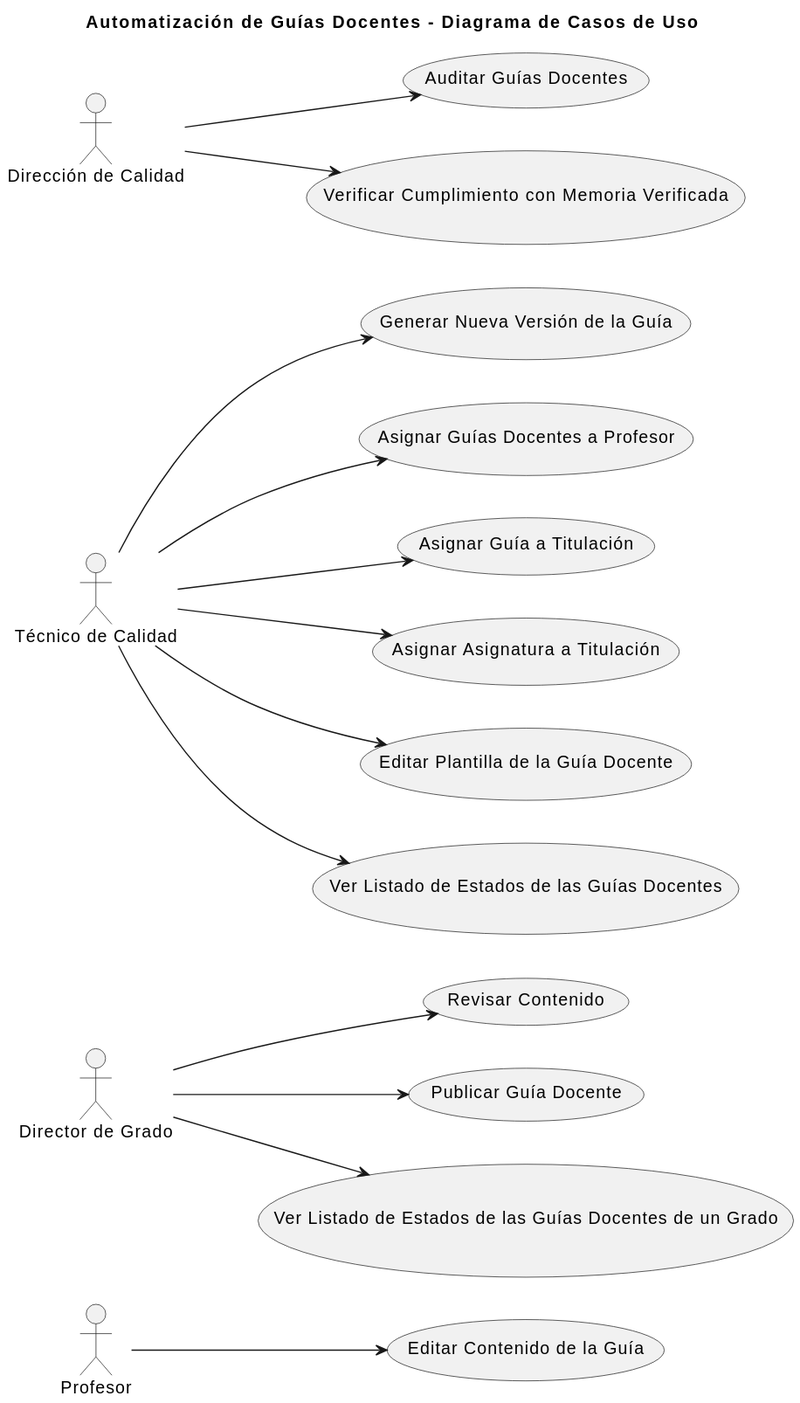
mmasias/24-25-IdSw1-SDR keeps this PlantUML diagram as images/modelosUML/diagramaCasosDeUso.svg. Above is the earlier version. Source of this version:
```plantuml
@startuml
title Automatización de Guías Docentes - Diagrama de Casos de Uso

left to right direction

actor Profesor
actor "Director de Grado" as DirectorGrado
actor "Técnico de Calidad" as TecnicoCalidad
actor "Dirección de Calidad" as DireccionCalidad

usecase "Editar Contenido de la Guía" as EditarGuia
usecase "Revisar Contenido" as RevisarContenido
usecase "Auditar Guías Docentes" as AuditarGuias
usecase "Generar Nueva Versión de la Guía" as GenerarVersion
usecase "Asignar Guías Docentes a Profesor" as AsignarGuiaProfesor
usecase "Asignar Guía a Titulación" as AsignarGuiaTitulacion
usecase "Asignar Asignatura a Titulación" as AsignarAsignaturaTitulacion
usecase "Editar Plantilla de la Guía Docente" as EditarPlantilla
usecase "Publicar Guía Docente" as PublicarGuia
usecase "Verificar Cumplimiento con Memoria Verificada" as VerificarMemoria
usecase "Ver Listado de Estados de las Guías Docentes" as VerEstadosGuias
usecase "Ver Listado de Estados de las Guías Docentes de un Grado" as VerEstadosGuiasGrado

Profesor --> EditarGuia
DirectorGrado --> RevisarContenido
DirectorGrado --> PublicarGuia
DirectorGrado --> VerEstadosGuiasGrado
TecnicoCalidad --> GenerarVersion
TecnicoCalidad --> AsignarGuiaProfesor
TecnicoCalidad --> AsignarGuiaTitulacion
TecnicoCalidad --> AsignarAsignaturaTitulacion
TecnicoCalidad --> EditarPlantilla
TecnicoCalidad --> VerEstadosGuias
DireccionCalidad --> AuditarGuias
DireccionCalidad --> VerificarMemoria
@enduml
```
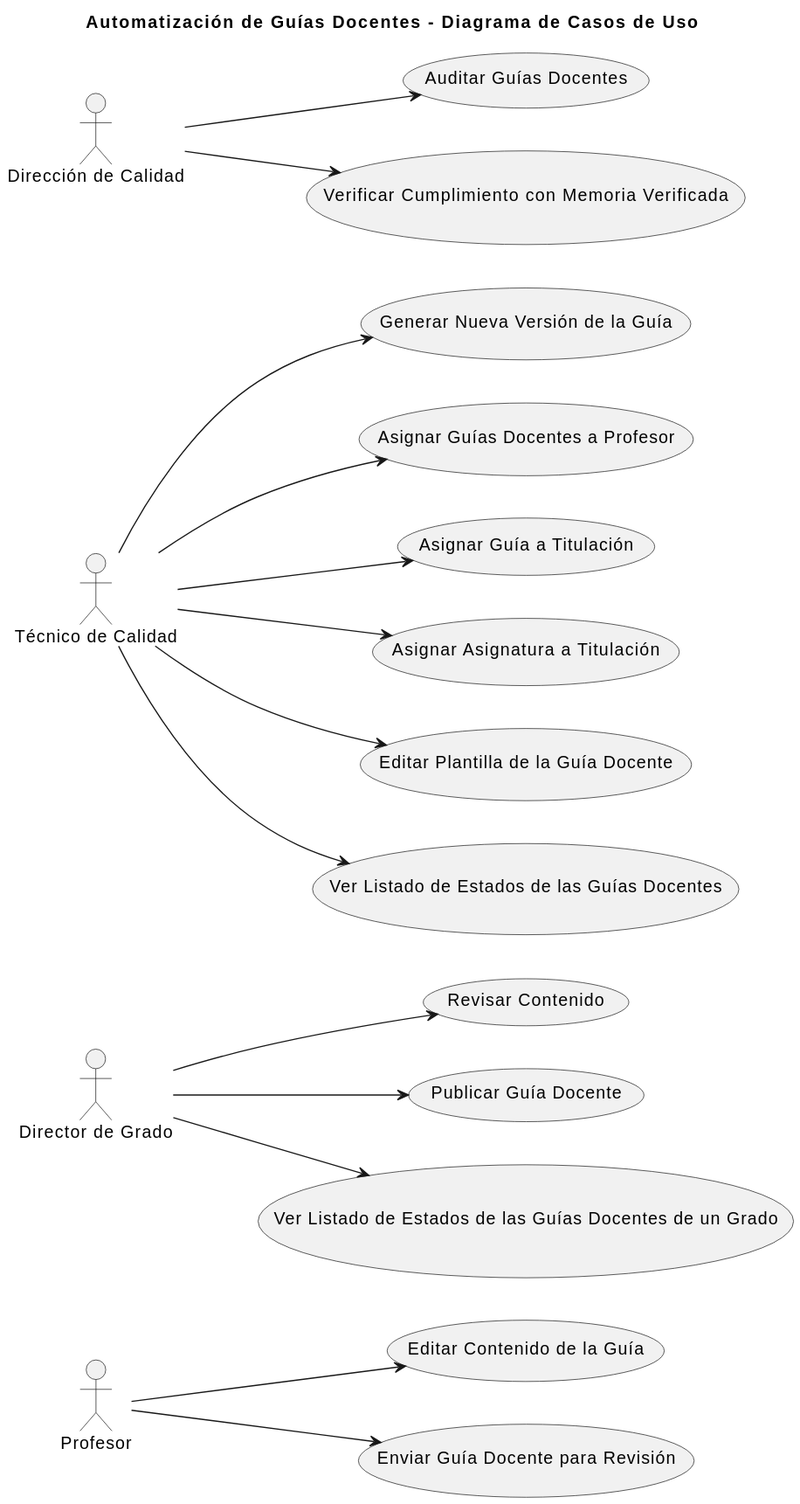
Above is the later version.

Commit message:
update add caso de uso profesor / enviar guia a revision

Change to the diagram source:
```diff
@@ -9,6 +9,8 @@
 actor "Dirección de Calidad" as DireccionCalidad
 
 usecase "Editar Contenido de la Guía" as EditarGuia
+usecase "Enviar Guía Docente para Revisión" as EnviarGuia
+
 usecase "Revisar Contenido" as RevisarContenido
 usecase "Auditar Guías Docentes" as AuditarGuias
 usecase "Generar Nueva Versión de la Guía" as GenerarVersion
@@ -22,6 +24,8 @@
 usecase "Ver Listado de Estados de las Guías Docentes de un Grado" as VerEstadosGuiasGrado
 
 Profesor --> EditarGuia
+Profesor --> EnviarGuia
+
 DirectorGrado --> RevisarContenido
 DirectorGrado --> PublicarGuia
 DirectorGrado --> VerEstadosGuiasGrado
```
